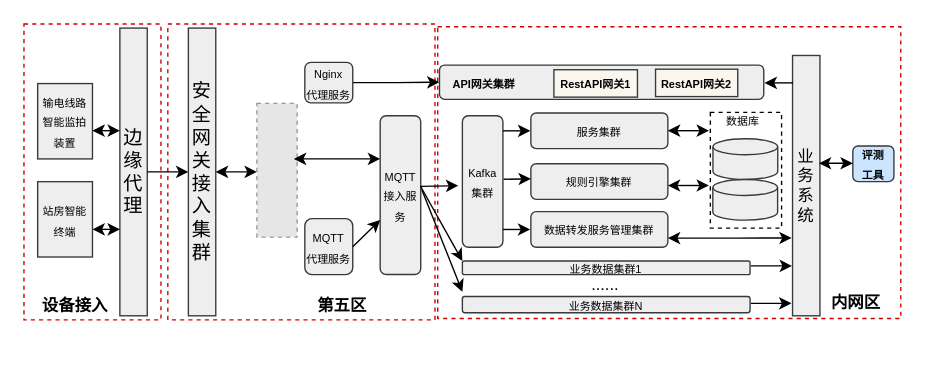
The draw.io diagram page "逻辑系统部署图" (4 of 7) of 电力物联网边缘侧场景下视觉算法模型评估验证技术能力提升.drawio in paleblackless/diagrams, before the edit. Source tidied: cells renumbered, new cells numbered last; positions are measured from the earlier drawing's top-left corner, leaving out a move shared by most shapes. Both pictures are drawn from the tidied source at 137%, with x=0, y=0 at pixel (23, 23). Pictures stored in the file or linked from it are replaced by grey dashed boxes.
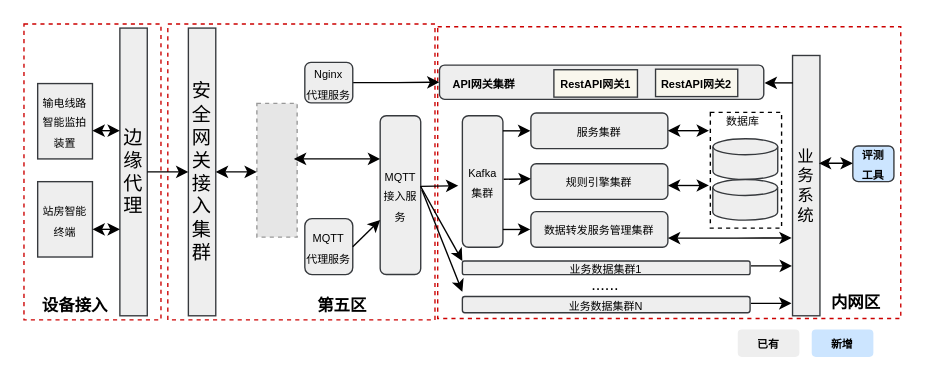
The same diagram, later.

Change to the diagram source:
```diff
@@
+    <mxCell id="56" value="&lt;span style=&quot;font-size: 8px;&quot;&gt;&lt;b&gt;新增&lt;/b&gt;&lt;/span&gt;" style="rounded=1;whiteSpace=wrap;html=1;fillColor=#cce5ff;strokeColor=none;" parent="1" vertex="1">
+      <mxGeometry x="575" y="223" width="45" height="20" as="geometry" />
+    </mxCell>
+    <mxCell id="57" value="&lt;span style=&quot;font-size: 8px;&quot;&gt;&lt;b&gt;已有&lt;/b&gt;&lt;/span&gt;" style="rounded=1;whiteSpace=wrap;html=1;fillColor=#eeeeee;strokeColor=none;" parent="1" vertex="1">
+      <mxGeometry x="521" y="223" width="45" height="20" as="geometry" />
+    </mxCell>
```
